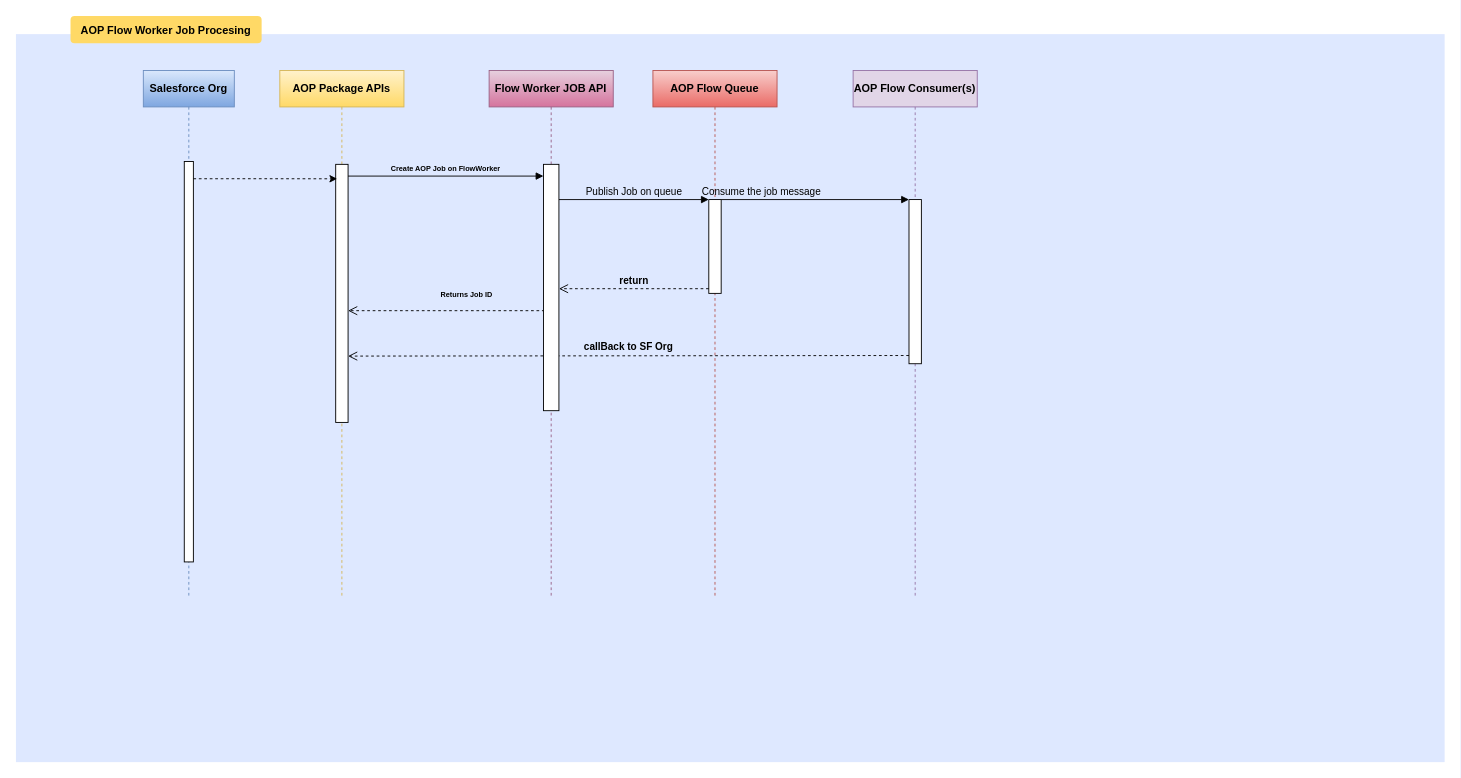
Before: HK_SEQ.drawio in Maxxpower/aop_diagrams, a draw.io diagram. Source tidied: cells renumbered, new cells numbered last; positions are measured from the earlier drawing's top-left corner, leaving out a move shared by most shapes. Both pictures are drawn from the tidied source at 91%, with x=0, y=0 at pixel (15, 15).
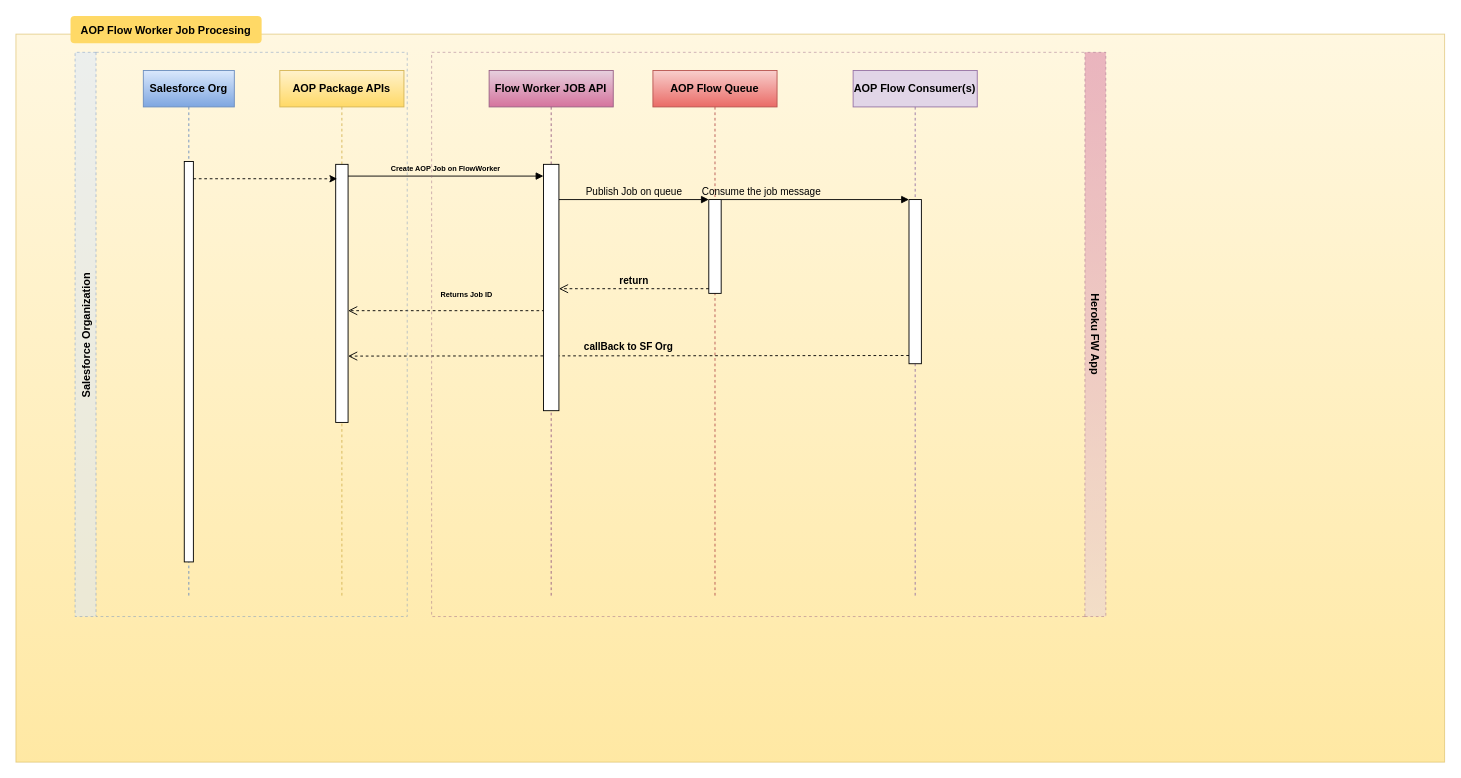
The same page after the edit.

Change to the diagram source:
```diff
@@
-    <mxCell id="2" style="fillColor=#DEE8FF;strokeColor=none;" parent="1" vertex="1">
+    <mxCell id="2" style="fillColor=#fff2cc;strokeColor=#d6b656;gradientColor=#ffd966;opacity=60;" parent="1" vertex="1">
       <mxGeometry y="20" width="1570" height="800" as="geometry" />
     </mxCell>
-    <mxCell id="3" value="AOP Flow Worker Job Procesing" style="rounded=1;fontStyle=1;fillColor=#FFD966;strokeColor=none;" parent="1" vertex="1">
-      <mxGeometry x="60" width="210" height="30" as="geometry" />
-    </mxCell>
     <mxCell id="4" style="group;" parent="1" vertex="1">
-      <mxGeometry x="290" y="60" width="900" height="580" as="geometry" />
+      <mxGeometry x="290" y="60" width="907.7" height="600" as="geometry" />
     </mxCell>
@@
+    <mxCell id="23" value="Heroku FW App" style="swimlane;horizontal=0;fillColor=#e6d0de;strokeColor=#996185;dashed=1;rotation=-180;opacity=50;gradientColor=#d5739d;" parent="4" vertex="1">
+      <mxGeometry x="166.8" y="-20" width="740.9" height="620" as="geometry" />
+    </mxCell>
@@
+    <mxCell id="24" value="Salesforce Organization" style="swimlane;horizontal=0;fillColor=#dae8fc;strokeColor=#6c8ebf;dashed=1;opacity=50;" parent="1" vertex="1">
+      <mxGeometry x="65" y="40" width="365" height="620" as="geometry" />
+    </mxCell>
+    <mxCell id="3" value="AOP Flow Worker Job Procesing" style="rounded=1;fontStyle=1;fillColor=#FFD966;strokeColor=none;" parent="1" vertex="1">
+      <mxGeometry x="60" width="210" height="30" as="geometry" />
+    </mxCell>
```
